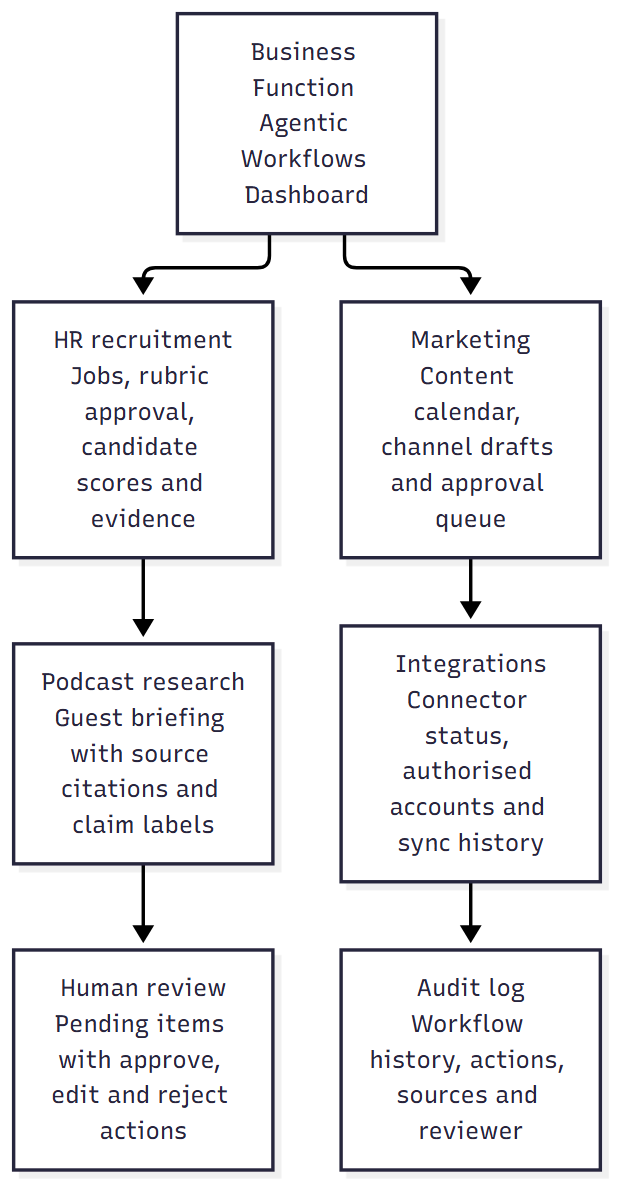
Before: ProjectReport/BE3_Major_Project_Report_LaTeX/images/diagrams/ui-layout.png, a diagram exported from Mermaid (NinjDivorcdGorge/InfinityPool-report-IT-ved). Its source is kept beside it as ProjectReport/BE3_Major_Project_Report_LaTeX/images/diagrams/ui-layout.mmd. The source it was exported from:
```mermaid
flowchart TB
    S["Business Function Agentic Workflows Dashboard"]
    HR["HR recruitment<br/>Jobs, rubric approval, candidate scores and evidence"]
    M["Marketing<br/>Content calendar, channel drafts and approval queue"]
    R["Podcast research<br/>Guest briefing with source citations and claim labels"]
    I["Integrations<br/>Connector status, authorised accounts and sync history"]
    REV["Human review<br/>Pending items with approve, edit and reject actions"]
    AUD["Audit log<br/>Workflow history, actions, sources and reviewer"]
    S --> HR
    S --> M
    HR --> R
    M --> I
    R --> REV
    I --> AUD
```
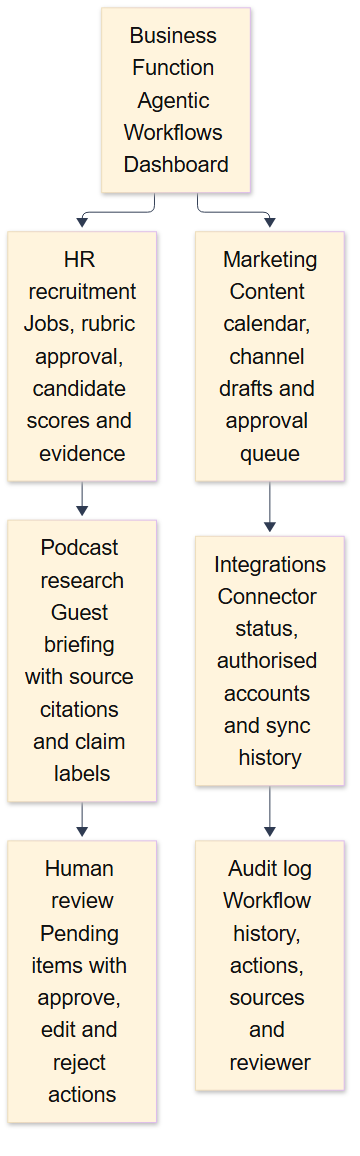
The same diagram one commit later.

Diff of the diagram source:
```diff
@@ -1,3 +1,15 @@
+%%{
+  init: {
+    'theme': 'base',
+    'themeVariables': {
+      'fontSize': '22px',
+      'fontFamily': 'Arial',
+      'lineColor': '#2f3b52',
+      'primaryTextColor': '#111111',
+      'tertiaryTextColor': '#111111'
+    }
+  }
+}%%
 flowchart TB
     S["Business Function Agentic Workflows Dashboard"]
     HR["HR recruitment<br/>Jobs, rubric approval, candidate scores and evidence"]
```
